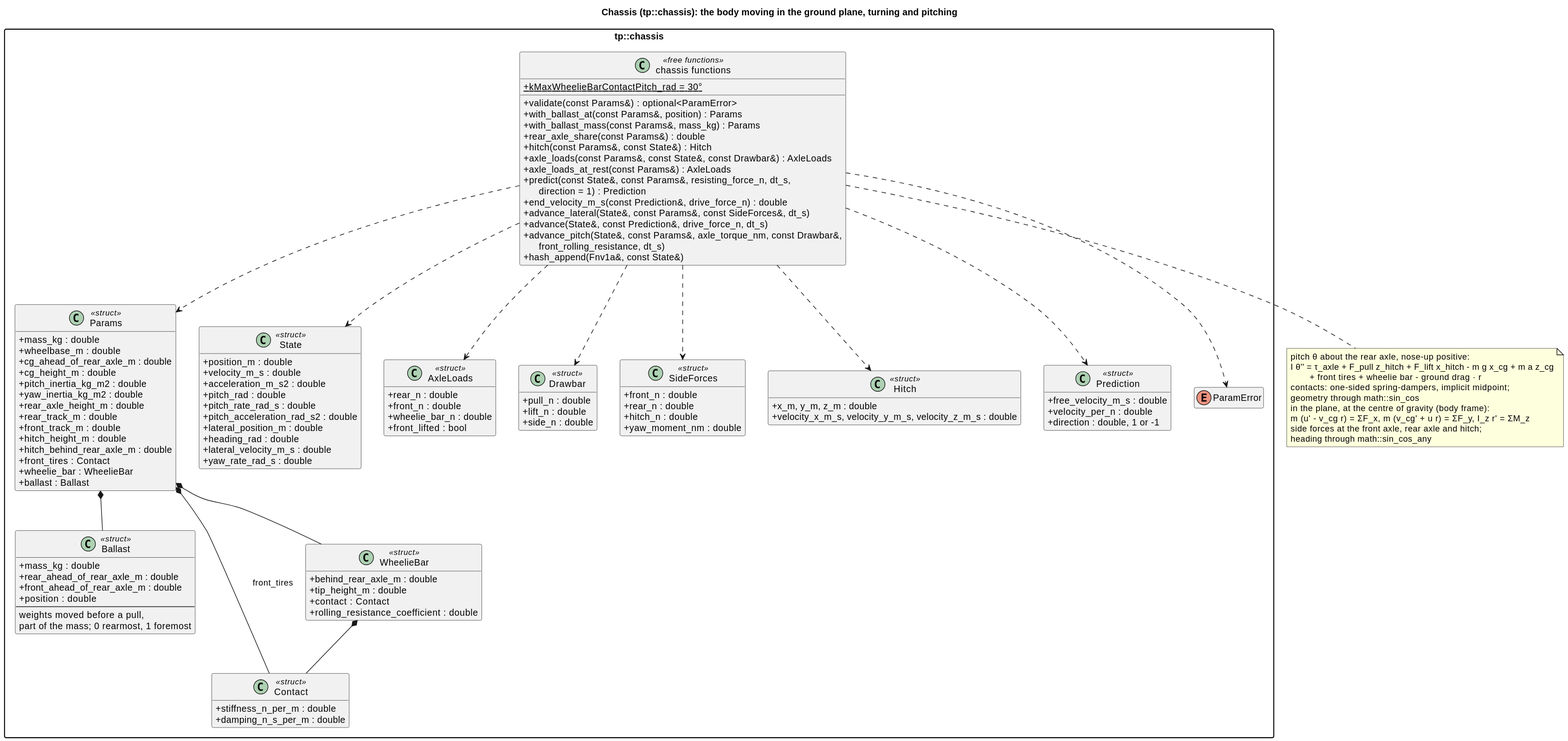
wversteeg/TractorPulling keeps this PlantUML diagram as docs/diagrams/svg/chassis_classes.svg. Above is the earlier version.
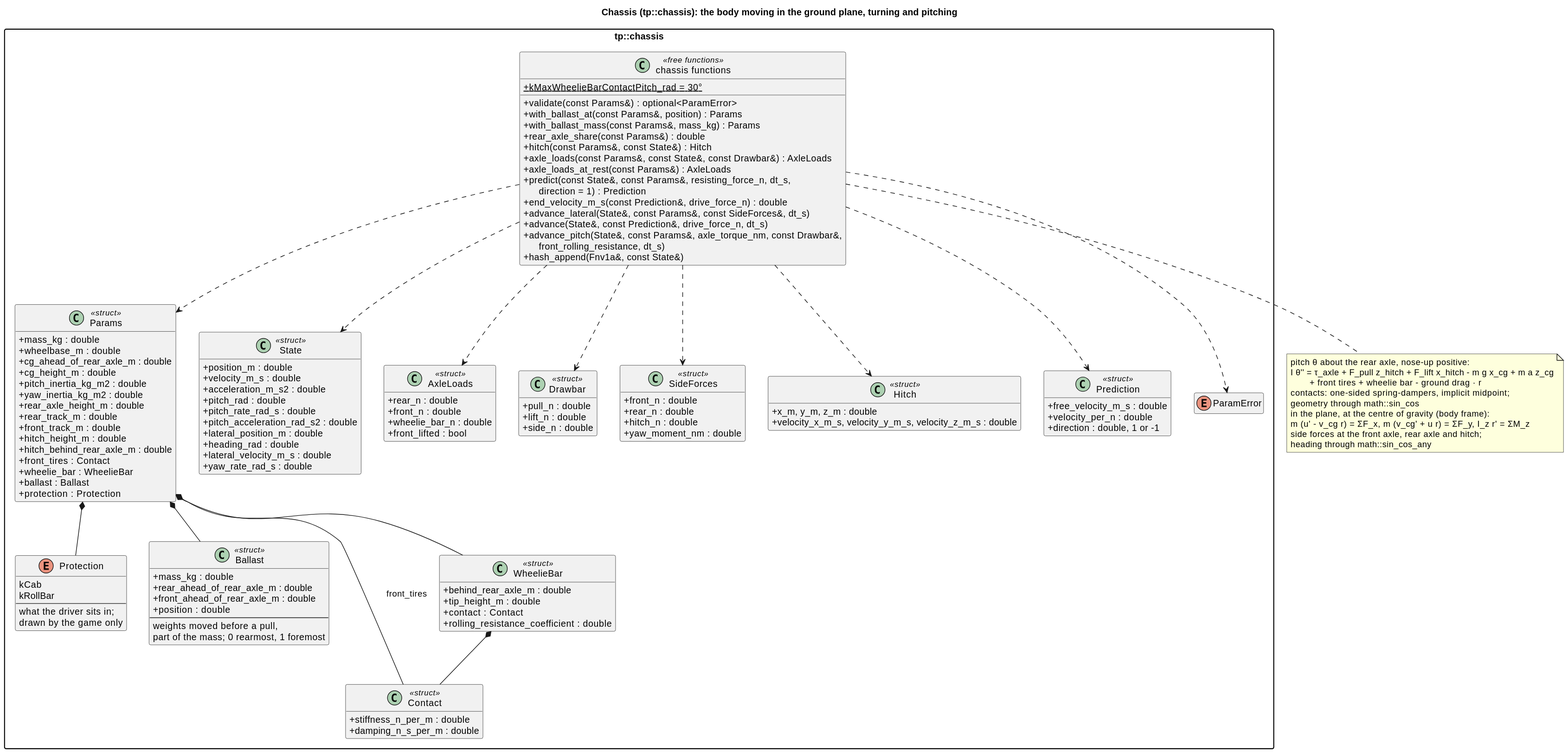
The same file after the commit.

Diff of the diagram source:
```diff
@@ -20,6 +20,14 @@
     +front_tires : Contact
     +wheelie_bar : WheelieBar
     +ballast : Ballast
+    +protection : Protection
+  }
+  enum Protection {
+    kCab
+    kRollBar
+    --
+    what the driver sits in;
+    drawn by the game only
   }
   class Ballast <<struct>> {
     +mass_kg : double
@@ -98,6 +106,7 @@
   Params *-- Contact : front_tires
   Params *-- WheelieBar
   Params *-- Ballast
+  Params *-- Protection
   WheelieBar *-- Contact
   ChassisFns ..> Params
   ChassisFns ..> State
```
